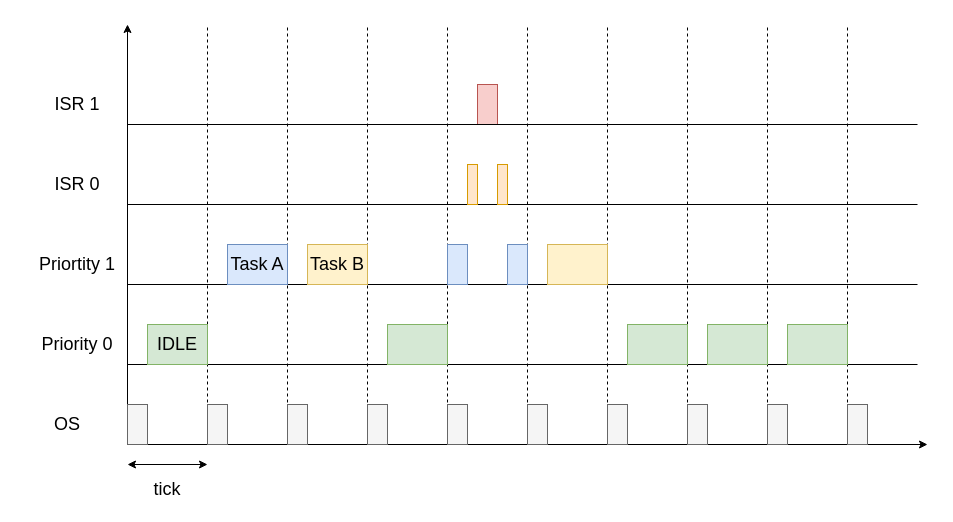
Above: page "Runtime" (13 of 13) of assets/OS.drawio in braboj/tutorial-os (draw.io), before the change. Source tidied: cells renumbered, new cells numbered last; positions are measured from the earlier drawing's top-left corner, leaving out a move shared by most shapes. Both pictures are drawn from the tidied source at 100%, with x=0, y=0 at pixel (17, 24).
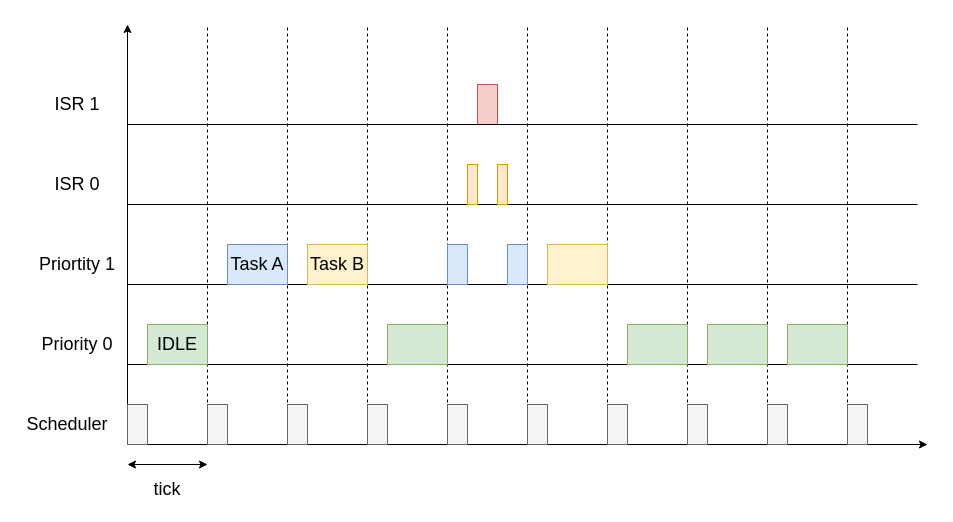
The same diagram, later.

The edit, as a diff of the source:
```diff
@@
-    <mxCell id="28" value="OS" style="text;html=1;strokeColor=none;fillColor=none;align=center;verticalAlign=middle;whiteSpace=wrap;rounded=0;fontSize=18;" parent="1" vertex="1">
+    <mxCell id="28" value="Scheduler" style="text;html=1;strokeColor=none;fillColor=none;align=center;verticalAlign=middle;whiteSpace=wrap;rounded=0;fontSize=18;" parent="1" vertex="1">
       <mxGeometry y="380" width="100" height="40" as="geometry" />
     </mxCell>
```
